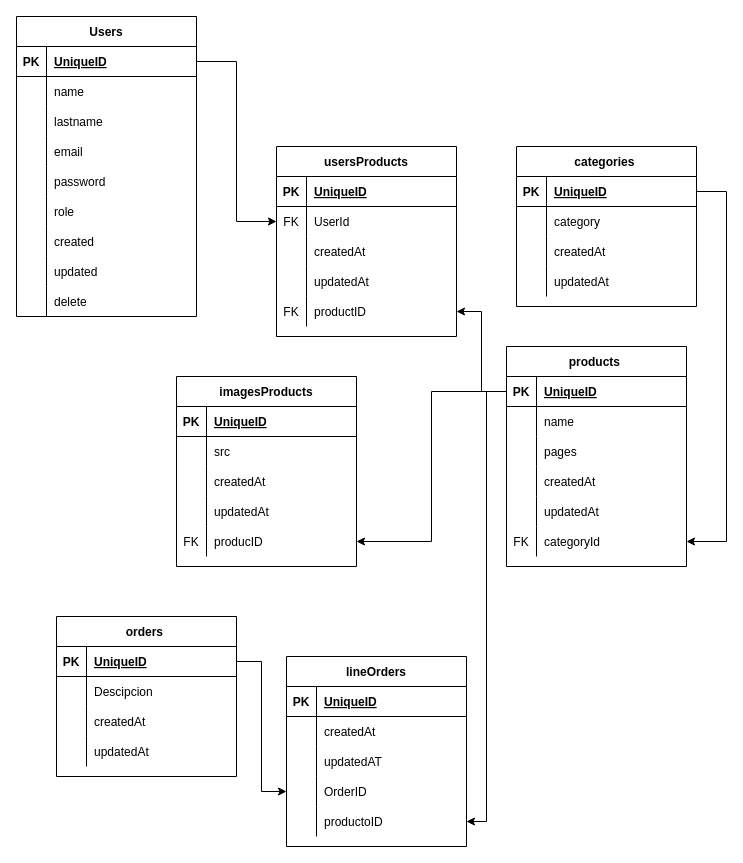
Above: EBOOK-ECOMMERCE/Esquema Database.drawio in franco-es/E_BOOK-E_COMMERCE (draw.io), before the change. Source tidied: cells renumbered, new cells numbered last; positions are measured from the earlier drawing's top-left corner, leaving out a move shared by most shapes. Both pictures are drawn from the tidied source at 100%, with x=0, y=0 at pixel (16, 16).
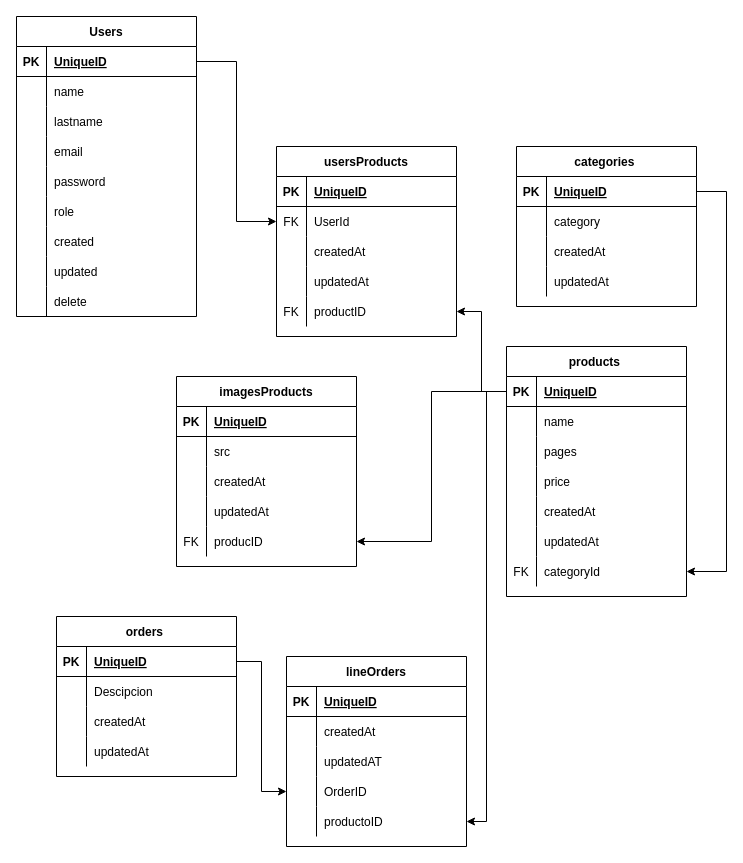
Above is the later version.

Commit message:
se le agrega precio a la tabla de productos

Unchanged cells that the change refers to:
```xml
<mxCell id="32" style="shape=partialRectangle;fillColor=none;top=0;left=0;bottom=1;right=0;points=[[0,0.5],[1,0.5]];portConstraint=eastwest;" parent="31" vertex="1">
  <mxGeometry y="30" width="180" height="30" as="geometry" />
</mxCell>
```

Diff of the diagram source:
```diff
@@
     <mxCell id="30" style="edgeStyle=orthogonalEdgeStyle;rounded=0;jettySize=auto;html=1;entryX=1;entryY=0.5;entryDx=0;entryDy=0;exitX=1;exitY=0.5;exitDx=0;exitDy=0;" parent="1" edge="1" source="32" target="60">
       <mxGeometry relative="1" as="geometry">
         <Array as="points">
           <mxPoint x="710" y="175" />
-          <mxPoint x="710" y="525" />
+          <mxPoint x="710" y="555" />
         </Array>
       </mxGeometry>
     </mxCell>
@@
     <mxCell id="44" value="products " style="shape=table;startSize=30;childLayout=tableLayout;rowLines=0;fontStyle=1;align=center;" parent="1" vertex="1">
-      <mxGeometry x="490" y="330" width="180" height="220" as="geometry" />
+      <mxGeometry x="490" y="330" width="180" height="250" as="geometry" />
     </mxCell>
@@
+    <mxCell id="129" style="shape=partialRectangle;fillColor=none;top=0;left=0;bottom=0;right=0;" parent="44" vertex="1">
+      <mxGeometry y="120" width="180" height="30" as="geometry" />
+    </mxCell>
+    <mxCell id="130" style="shape=partialRectangle;fillColor=none;top=0;left=0;bottom=0;right=0;overflow=hidden;" parent="129" vertex="1">
+      <mxGeometry width="30" height="30" as="geometry" />
+    </mxCell>
+    <mxCell id="131" value="price" style="shape=partialRectangle;fillColor=none;top=0;left=0;bottom=0;right=0;align=left;spacingLeft=6;overflow=hidden;" parent="129" vertex="1">
+      <mxGeometry x="30" width="150" height="30" as="geometry" />
+    </mxCell>
     <mxCell id="54" style="shape=partialRectangle;fillColor=none;top=0;left=0;bottom=0;right=0;" parent="44" vertex="1">
-      <mxGeometry y="120" width="180" height="30" as="geometry" />
+      <mxGeometry y="150" width="180" height="30" as="geometry" />
     </mxCell>
@@
     <mxCell id="57" style="shape=partialRectangle;fillColor=none;top=0;left=0;bottom=0;right=0;" parent="44" vertex="1">
-      <mxGeometry y="150" width="180" height="30" as="geometry" />
+      <mxGeometry y="180" width="180" height="30" as="geometry" />
     </mxCell>
@@
     <mxCell id="60" style="shape=partialRectangle;fillColor=none;top=0;left=0;bottom=0;right=0;points=[[0,0.5],[1,0.5]];portConstraint=eastwest;" parent="44" vertex="1">
-      <mxGeometry y="180" width="180" height="30" as="geometry" />
+      <mxGeometry y="210" width="180" height="30" as="geometry" />
     </mxCell>
```
